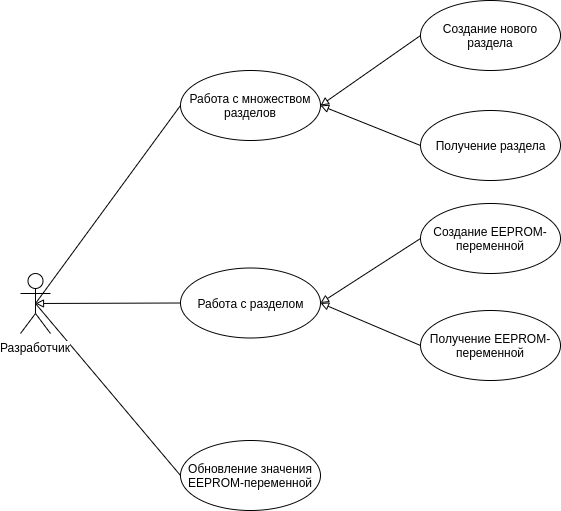
Earlier version of the draw.io export report/resources/images/UCD.png (almiluk/bachelor_thesis). Source tidied: cells renumbered, new cells last; positions are measured from the earlier drawing's top-left corner, leaving out a move shared by most shapes.
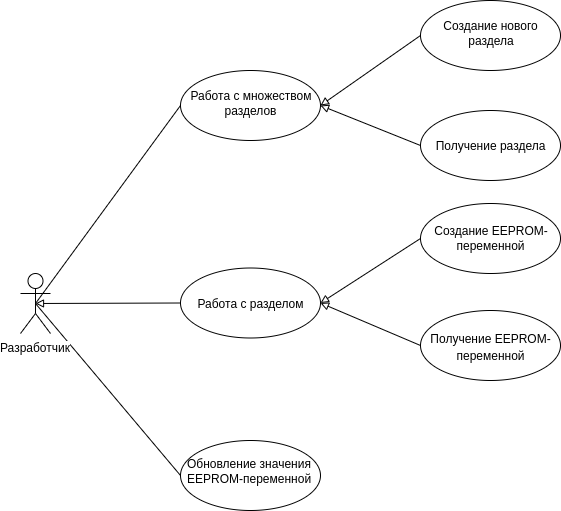
The same diagram one commit later.

What changed in the source:
```diff
@@ -20,7 +20,7 @@
     <mxCell id="7" style="edgeStyle=none;rounded=0;jettySize=auto;html=1;exitX=1;exitY=0.5;exitDx=0;exitDy=0;entryX=0;entryY=0.5;entryDx=0;entryDy=0;endArrow=none;endFill=0;startArrow=block;startFill=0;" parent="1" edge="1" source="8" target="13">
       <mxGeometry relative="1" as="geometry" />
     </mxCell>
-    <mxCell id="8" value="&lt;span style=&quot;font-family: &amp;#34;helvetica&amp;#34; , &amp;#34;vp default&amp;#34;&quot;&gt;Работа с множеством разделов&lt;/span&gt;" style="ellipse;whiteSpace=wrap;html=1;" parent="1" vertex="1">
+    <mxCell id="8" style="ellipse;whiteSpace=wrap;html=1;" parent="1" vertex="1">
       <mxGeometry x="160" y="70" width="140" height="70" as="geometry" />
     </mxCell>
     <mxCell id="9" style="edgeStyle=none;rounded=0;jettySize=auto;html=1;exitX=1;exitY=0.5;exitDx=0;exitDy=0;entryX=0;entryY=0.5;entryDx=0;entryDy=0;startArrow=block;startFill=0;endArrow=none;endFill=0;" parent="1" edge="1" source="16" target="14">
@@ -29,23 +29,53 @@
     <mxCell id="10" style="edgeStyle=none;rounded=0;jettySize=auto;html=1;exitX=1;exitY=0.5;exitDx=0;exitDy=0;entryX=0;entryY=0.5;entryDx=0;entryDy=0;startArrow=block;startFill=0;endArrow=none;endFill=0;" parent="1" edge="1" source="16" target="15">
       <mxGeometry relative="1" as="geometry" />
     </mxCell>
-    <mxCell id="11" value="&lt;span style=&quot;font-family: &amp;#34;helvetica&amp;#34; , &amp;#34;vp default&amp;#34;&quot;&gt;Обновление значения EEPROM-переменной&lt;/span&gt;" style="ellipse;whiteSpace=wrap;html=1;" parent="1" vertex="1">
+    <mxCell id="11" style="ellipse;whiteSpace=wrap;html=1;" parent="1" vertex="1">
       <mxGeometry x="160" y="440" width="140" height="70" as="geometry" />
     </mxCell>
-    <mxCell id="12" value="&lt;span style=&quot;font-family: &amp;#34;helvetica&amp;#34; , &amp;#34;vp default&amp;#34;&quot;&gt;Создание нового раздела&lt;/span&gt;" style="ellipse;whiteSpace=wrap;html=1;" parent="1" vertex="1">
+    <mxCell id="12" style="ellipse;whiteSpace=wrap;html=1;" parent="1" vertex="1">
       <mxGeometry x="400" width="140" height="70" as="geometry" />
     </mxCell>
     <mxCell id="13" value="&lt;span style=&quot;font-family: &amp;#34;helvetica&amp;#34; , &amp;#34;vp default&amp;#34;&quot;&gt;Получение раздела&lt;/span&gt;" style="ellipse;whiteSpace=wrap;html=1;" parent="1" vertex="1">
       <mxGeometry x="400" y="110" width="140" height="70" as="geometry" />
     </mxCell>
-    <mxCell id="14" value="&lt;span style=&quot;font-family: &amp;#34;helvetica&amp;#34; , &amp;#34;vp default&amp;#34;&quot;&gt;Создание EEPROM-переменной&lt;/span&gt;" style="ellipse;whiteSpace=wrap;html=1;" parent="1" vertex="1">
+    <mxCell id="14" style="ellipse;whiteSpace=wrap;html=1;" parent="1" vertex="1">
       <mxGeometry x="400" y="203" width="140" height="70" as="geometry" />
     </mxCell>
-    <mxCell id="15" value="&lt;span style=&quot;font-family: &amp;#34;helvetica&amp;#34; , &amp;#34;vp default&amp;#34;&quot;&gt;Получение EEPROM-переменной&lt;/span&gt;" style="ellipse;whiteSpace=wrap;html=1;" parent="1" vertex="1">
+    <mxCell id="15" style="ellipse;whiteSpace=wrap;html=1;" parent="1" vertex="1">
       <mxGeometry x="400" y="310" width="140" height="70" as="geometry" />
     </mxCell>
     <mxCell id="16" value="Работа с разделом" style="ellipse;whiteSpace=wrap;html=1;" parent="1" vertex="1">
       <mxGeometry x="160" y="267.5" width="140" height="70" as="geometry" />
     </mxCell>
+    <mxCell id="17" value="&lt;span style=&quot;font-family: &amp;#34;helvetica&amp;#34; , &amp;#34;vp default&amp;#34;&quot;&gt;Работа с множеством&lt;/span&gt;" style="text;html=1;strokeColor=none;fillColor=none;align=center;verticalAlign=middle;whiteSpace=wrap;rounded=0;" parent="1" vertex="1">
+      <mxGeometry x="165" y="85" width="130" height="20" as="geometry" />
+    </mxCell>
+    <mxCell id="18" value="разделов" style="text;html=1;strokeColor=none;fillColor=none;align=center;verticalAlign=middle;whiteSpace=wrap;rounded=0;" parent="1" vertex="1">
+      <mxGeometry x="210" y="100" width="40" height="20" as="geometry" />
+    </mxCell>
+    <mxCell id="19" value="&lt;span style=&quot;font-family: &amp;#34;helvetica&amp;#34; , &amp;#34;vp default&amp;#34;&quot;&gt;Создание нового&lt;/span&gt;" style="text;html=1;strokeColor=none;fillColor=none;align=center;verticalAlign=middle;whiteSpace=wrap;rounded=0;" parent="1" vertex="1">
+      <mxGeometry x="420" y="15" width="100" height="20" as="geometry" />
+    </mxCell>
+    <mxCell id="20" value="раздела" style="text;html=1;strokeColor=none;fillColor=none;align=center;verticalAlign=middle;whiteSpace=wrap;rounded=0;" parent="1" vertex="1">
+      <mxGeometry x="450" y="30" width="40" height="20" as="geometry" />
+    </mxCell>
+    <mxCell id="21" value="&lt;span style=&quot;font-family: &amp;#34;helvetica&amp;#34; , &amp;#34;vp default&amp;#34;&quot;&gt;Создание EEPROM-&lt;/span&gt;" style="text;html=1;strokeColor=none;fillColor=none;align=center;verticalAlign=middle;whiteSpace=wrap;rounded=0;" parent="1" vertex="1">
+      <mxGeometry x="410" y="220" width="120" height="20" as="geometry" />
+    </mxCell>
+    <mxCell id="22" value="переменной" style="text;html=1;strokeColor=none;fillColor=none;align=center;verticalAlign=middle;whiteSpace=wrap;rounded=0;" parent="1" vertex="1">
+      <mxGeometry x="450" y="235" width="40" height="20" as="geometry" />
+    </mxCell>
+    <mxCell id="23" value="&lt;span style=&quot;font-family: &amp;#34;helvetica&amp;#34; , &amp;#34;vp default&amp;#34;&quot;&gt;Получение EEPROM-&lt;/span&gt;" style="text;html=1;strokeColor=none;fillColor=none;align=center;verticalAlign=middle;whiteSpace=wrap;rounded=0;" parent="1" vertex="1">
+      <mxGeometry x="405" y="327.5" width="130" height="20" as="geometry" />
+    </mxCell>
+    <mxCell id="24" value="&lt;span style=&quot;font-family: &amp;#34;helvetica&amp;#34; , &amp;#34;vp default&amp;#34;&quot;&gt;переменной&lt;/span&gt;" style="text;html=1;strokeColor=none;fillColor=none;align=center;verticalAlign=middle;whiteSpace=wrap;rounded=0;" parent="1" vertex="1">
+      <mxGeometry x="450" y="345" width="40" height="20" as="geometry" />
+    </mxCell>
+    <mxCell id="25" value="Обновление значения" style="text;html=1;" parent="1" vertex="1">
+      <mxGeometry x="165" y="450" width="150" height="30" as="geometry" />
+    </mxCell>
+    <mxCell id="26" value="EEPROM-переменной" style="text;html=1;" parent="1" vertex="1">
+      <mxGeometry x="165" y="465" width="150" height="30" as="geometry" />
+    </mxCell>
   </root>
 </mxGraphModel>
```
